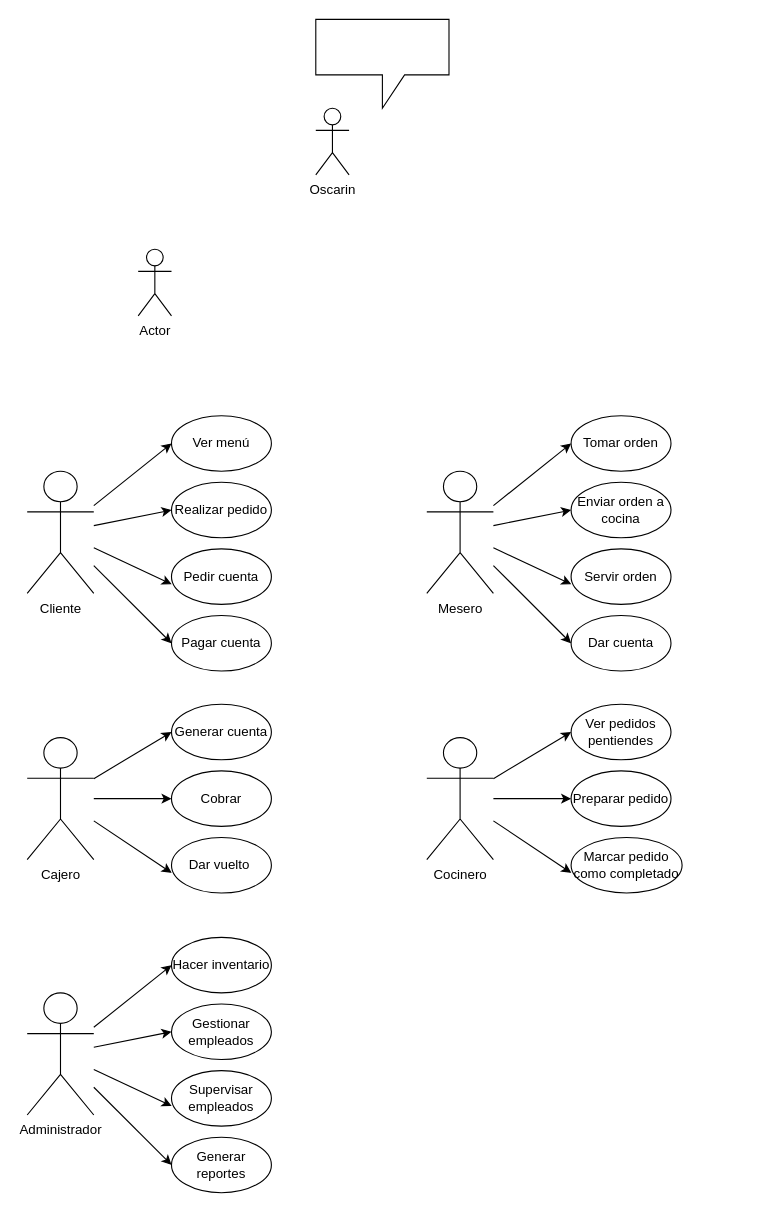
Earlier version of the draw.io diagram page "UseCases" (2 of 2) of docs/modeloDominio.drawio (Void-CA/restaurant). Source tidied: cells renumbered, new cells numbered last; positions are measured from the earlier drawing's top-left corner, leaving out a move shared by most shapes. Both pictures are drawn from the tidied source at 111%, with x=0, y=0 at pixel (27, 19).
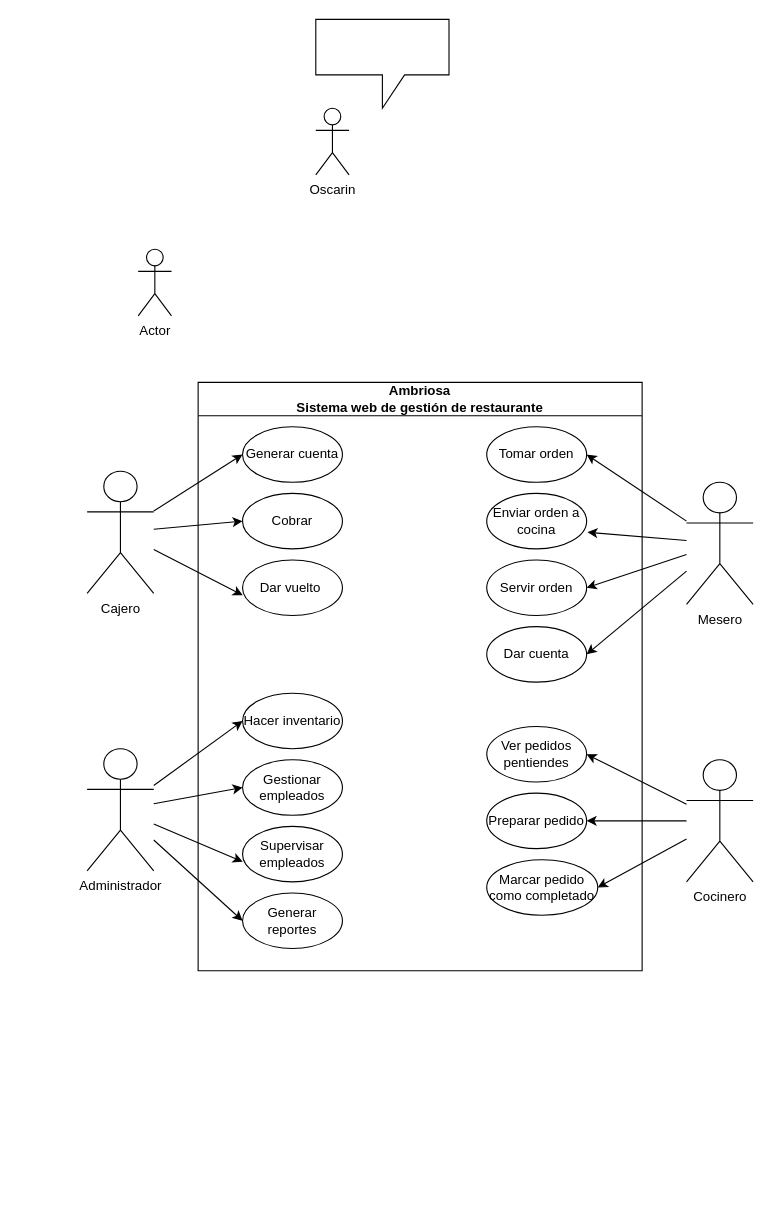
After the change.

Change to the diagram source:
```diff
@@
-    <mxCell id="5" value="Cliente" style="shape=umlActor;verticalLabelPosition=bottom;verticalAlign=top;html=1;outlineConnect=0;" parent="1" vertex="1">
-      <mxGeometry y="407" width="60" height="110" as="geometry" />
-    </mxCell>
-    <mxCell id="6" value="Ver menú" style="ellipse;whiteSpace=wrap;html=1;" parent="1" vertex="1">
-      <mxGeometry x="130" y="357" width="90" height="50" as="geometry" />
-    </mxCell>
-    <mxCell id="7" value="Realizar pedido" style="ellipse;whiteSpace=wrap;html=1;" parent="1" vertex="1">
-      <mxGeometry x="130" y="417" width="90" height="50" as="geometry" />
-    </mxCell>
-    <mxCell id="8" value="Pedir cuenta" style="ellipse;whiteSpace=wrap;html=1;" parent="1" vertex="1">
-      <mxGeometry x="130" y="477" width="90" height="50" as="geometry" />
-    </mxCell>
-    <mxCell id="9" value="Pagar cuenta" style="ellipse;whiteSpace=wrap;html=1;" parent="1" vertex="1">
-      <mxGeometry x="130" y="537" width="90" height="50" as="geometry" />
-    </mxCell>
-    <mxCell id="10" style="endArrow=classic;html=1;rounded=0;entryX=0;entryY=0.5;entryDx=0;entryDy=0;" parent="1" edge="1" source="5" target="6">
-      <mxGeometry relative="1" as="geometry" />
-    </mxCell>
-    <mxCell id="11" style="endArrow=classic;html=1;rounded=0;entryX=0;entryY=0.5;entryDx=0;entryDy=0;" parent="1" edge="1" source="5" target="7">
-      <mxGeometry relative="1" as="geometry" />
-    </mxCell>
-    <mxCell id="12" style="endArrow=classic;html=1;rounded=0;entryX=0;entryY=0.5;entryDx=0;entryDy=0;" parent="1" edge="1" source="5" target="9">
-      <mxGeometry relative="1" as="geometry" />
-    </mxCell>
-    <mxCell id="13" style="endArrow=classic;html=1;rounded=0;entryX=0.002;entryY=0.637;entryDx=0;entryDy=0;entryPerimeter=0;" parent="1" edge="1" source="5" target="8">
-      <mxGeometry relative="1" as="geometry" />
-    </mxCell>
     <mxCell id="14" value="Mesero" style="shape=umlActor;verticalLabelPosition=bottom;verticalAlign=top;html=1;outlineConnect=0;" parent="1" vertex="1">
-      <mxGeometry x="360" y="407" width="60" height="110" as="geometry" />
+      <mxGeometry x="594" y="417" width="60" height="110" as="geometry" />
     </mxCell>
     <mxCell id="15" value="Tomar orden" style="ellipse;whiteSpace=wrap;html=1;" parent="1" vertex="1">
-      <mxGeometry x="490" y="357" width="90" height="50" as="geometry" />
+      <mxGeometry x="414" y="367" width="90" height="50" as="geometry" />
     </mxCell>
     <mxCell id="16" value="Enviar orden a cocina" style="ellipse;whiteSpace=wrap;html=1;" parent="1" vertex="1">
-      <mxGeometry x="490" y="417" width="90" height="50" as="geometry" />
+      <mxGeometry x="414" y="427" width="90" height="50" as="geometry" />
     </mxCell>
     <mxCell id="17" value="Servir orden" style="ellipse;whiteSpace=wrap;html=1;" parent="1" vertex="1">
-      <mxGeometry x="490" y="477" width="90" height="50" as="geometry" />
+      <mxGeometry x="414" y="487" width="90" height="50" as="geometry" />
     </mxCell>
     <mxCell id="18" value="Dar cuenta" style="ellipse;whiteSpace=wrap;html=1;" parent="1" vertex="1">
-      <mxGeometry x="490" y="537" width="90" height="50" as="geometry" />
+      <mxGeometry x="414" y="547" width="90" height="50" as="geometry" />
     </mxCell>
-    <mxCell id="19" style="endArrow=classic;html=1;rounded=0;entryX=0;entryY=0.5;entryDx=0;entryDy=0;" parent="1" edge="1" source="14" target="15">
+    <mxCell id="19" style="endArrow=classic;html=1;rounded=0;entryX=1;entryY=0.5;entryDx=0;entryDy=0;" parent="1" edge="1" source="14" target="15">
       <mxGeometry relative="1" as="geometry" />
     </mxCell>
-    <mxCell id="20" style="endArrow=classic;html=1;rounded=0;entryX=0;entryY=0.5;entryDx=0;entryDy=0;" parent="1" edge="1" source="14" target="16">
+    <mxCell id="20" style="endArrow=classic;html=1;rounded=0;entryX=1.009;entryY=0.7;entryDx=0;entryDy=0;entryPerimeter=0;" parent="1" edge="1" source="14" target="16">
       <mxGeometry relative="1" as="geometry" />
     </mxCell>
-    <mxCell id="21" style="endArrow=classic;html=1;rounded=0;entryX=0;entryY=0.5;entryDx=0;entryDy=0;" parent="1" edge="1" source="14" target="18">
+    <mxCell id="21" style="endArrow=classic;html=1;rounded=0;entryX=1;entryY=0.5;entryDx=0;entryDy=0;" parent="1" edge="1" source="14" target="18">
       <mxGeometry relative="1" as="geometry" />
     </mxCell>
-    <mxCell id="22" style="endArrow=classic;html=1;rounded=0;entryX=0.002;entryY=0.637;entryDx=0;entryDy=0;entryPerimeter=0;" parent="1" edge="1" source="14" target="17">
+    <mxCell id="22" style="endArrow=classic;html=1;rounded=0;entryX=1;entryY=0.5;entryDx=0;entryDy=0;" parent="1" edge="1" source="14" target="17">
       <mxGeometry relative="1" as="geometry" />
     </mxCell>
     <mxCell id="23" value="Cajero" style="shape=umlActor;verticalLabelPosition=bottom;verticalAlign=top;html=1;outlineConnect=0;" parent="1" vertex="1">
-      <mxGeometry y="647" width="60" height="110" as="geometry" />
+      <mxGeometry x="54" y="407" width="60" height="110" as="geometry" />
     </mxCell>
-    <mxCell id="24" value="Generar cuenta" style="ellipse;whiteSpace=wrap;html=1;" parent="1" vertex="1">
-      <mxGeometry x="130" y="617" width="90" height="50" as="geometry" />
-    </mxCell>
-    <mxCell id="25" value="Cobrar" style="ellipse;whiteSpace=wrap;html=1;" parent="1" vertex="1">
-      <mxGeometry x="130" y="677" width="90" height="50" as="geometry" />
-    </mxCell>
-    <mxCell id="26" value="Dar vuelto&amp;nbsp;" style="ellipse;whiteSpace=wrap;html=1;" parent="1" vertex="1">
-      <mxGeometry x="130" y="737" width="90" height="50" as="geometry" />
-    </mxCell>
@@
     <mxCell id="30" value="Cocinero" style="shape=umlActor;verticalLabelPosition=bottom;verticalAlign=top;html=1;outlineConnect=0;" parent="1" vertex="1">
-      <mxGeometry x="360" y="647" width="60" height="110" as="geometry" />
+      <mxGeometry x="594" y="667" width="60" height="110" as="geometry" />
     </mxCell>
     <mxCell id="31" value="Ver pedidos pentiendes" style="ellipse;whiteSpace=wrap;html=1;" parent="1" vertex="1">
-      <mxGeometry x="490" y="617" width="90" height="50" as="geometry" />
+      <mxGeometry x="414" y="637" width="90" height="50" as="geometry" />
     </mxCell>
     <mxCell id="32" value="Preparar pedido" style="ellipse;whiteSpace=wrap;html=1;" parent="1" vertex="1">
-      <mxGeometry x="490" y="677" width="90" height="50" as="geometry" />
+      <mxGeometry x="414" y="697" width="90" height="50" as="geometry" />
     </mxCell>
     <mxCell id="33" value="Marcar pedido como completado" style="ellipse;whiteSpace=wrap;html=1;" parent="1" vertex="1">
-      <mxGeometry x="490" y="737" width="100" height="50" as="geometry" />
+      <mxGeometry x="414" y="757" width="100" height="50" as="geometry" />
     </mxCell>
-    <mxCell id="34" style="endArrow=classic;html=1;rounded=0;entryX=0;entryY=0.5;entryDx=0;entryDy=0;" parent="1" edge="1" source="30" target="31">
+    <mxCell id="34" style="endArrow=classic;html=1;rounded=0;entryX=1;entryY=0.5;entryDx=0;entryDy=0;" parent="1" edge="1" source="30" target="31">
       <mxGeometry relative="1" as="geometry" />
     </mxCell>
-    <mxCell id="35" style="endArrow=classic;html=1;rounded=0;entryX=0;entryY=0.5;entryDx=0;entryDy=0;" parent="1" edge="1" source="30" target="32">
+    <mxCell id="35" style="endArrow=classic;html=1;rounded=0;entryX=1;entryY=0.5;entryDx=0;entryDy=0;" parent="1" edge="1" source="30" target="32">
       <mxGeometry relative="1" as="geometry" />
     </mxCell>
-    <mxCell id="36" style="endArrow=classic;html=1;rounded=0;entryX=0.002;entryY=0.637;entryDx=0;entryDy=0;entryPerimeter=0;" parent="1" edge="1" source="30" target="33">
+    <mxCell id="36" style="endArrow=classic;html=1;rounded=0;entryX=1;entryY=0.5;entryDx=0;entryDy=0;" parent="1" edge="1" source="30" target="33">
       <mxGeometry relative="1" as="geometry" />
     </mxCell>
+    <mxCell id="46" value="Ambriosa&lt;br&gt;Sistema web de gestión de restaurante" style="swimlane;whiteSpace=wrap;html=1;startSize=30;" parent="1" vertex="1">
+      <mxGeometry x="154" y="327" width="400" height="530" as="geometry" />
+    </mxCell>
-    <mxCell id="37" value="Administrador" style="shape=umlActor;verticalLabelPosition=bottom;verticalAlign=top;html=1;outlineConnect=0;" parent="1" vertex="1">
-      <mxGeometry y="877" width="60" height="110" as="geometry" />
+    <mxCell id="37" value="Administrador" style="shape=umlActor;verticalLabelPosition=bottom;verticalAlign=top;html=1;outlineConnect=0;" parent="46" vertex="1">
+      <mxGeometry x="-100" y="330" width="60" height="110" as="geometry" />
     </mxCell>
-    <mxCell id="38" value="Hacer inventario" style="ellipse;whiteSpace=wrap;html=1;" parent="1" vertex="1">
-      <mxGeometry x="130" y="827" width="90" height="50" as="geometry" />
+    <mxCell id="38" value="Hacer inventario" style="ellipse;whiteSpace=wrap;html=1;" parent="46" vertex="1">
+      <mxGeometry x="40" y="280" width="90" height="50" as="geometry" />
     </mxCell>
-    <mxCell id="39" value="Gestionar empleados" style="ellipse;whiteSpace=wrap;html=1;" parent="1" vertex="1">
-      <mxGeometry x="130" y="887" width="90" height="50" as="geometry" />
+    <mxCell id="39" value="Gestionar empleados" style="ellipse;whiteSpace=wrap;html=1;" parent="46" vertex="1">
+      <mxGeometry x="40" y="340" width="90" height="50" as="geometry" />
     </mxCell>
-    <mxCell id="40" value="Supervisar empleados" style="ellipse;whiteSpace=wrap;html=1;" parent="1" vertex="1">
-      <mxGeometry x="130" y="947" width="90" height="50" as="geometry" />
+    <mxCell id="40" value="Supervisar empleados" style="ellipse;whiteSpace=wrap;html=1;" parent="46" vertex="1">
+      <mxGeometry x="40" y="400" width="90" height="50" as="geometry" />
     </mxCell>
-    <mxCell id="41" value="Generar reportes" style="ellipse;whiteSpace=wrap;html=1;" parent="1" vertex="1">
-      <mxGeometry x="130" y="1007" width="90" height="50" as="geometry" />
+    <mxCell id="41" value="Generar reportes" style="ellipse;whiteSpace=wrap;html=1;" parent="46" vertex="1">
+      <mxGeometry x="40" y="460" width="90" height="50" as="geometry" />
     </mxCell>
-    <mxCell id="42" style="endArrow=classic;html=1;rounded=0;entryX=0;entryY=0.5;entryDx=0;entryDy=0;" parent="1" edge="1" source="37" target="38">
+    <mxCell id="42" style="endArrow=classic;html=1;rounded=0;entryX=0;entryY=0.5;entryDx=0;entryDy=0;" parent="46" edge="1" source="37" target="38">
       <mxGeometry relative="1" as="geometry" />
     </mxCell>
-    <mxCell id="43" style="endArrow=classic;html=1;rounded=0;entryX=0;entryY=0.5;entryDx=0;entryDy=0;" parent="1" edge="1" source="37" target="39">
+    <mxCell id="43" style="endArrow=classic;html=1;rounded=0;entryX=0;entryY=0.5;entryDx=0;entryDy=0;" parent="46" edge="1" source="37" target="39">
       <mxGeometry relative="1" as="geometry" />
     </mxCell>
-    <mxCell id="44" style="endArrow=classic;html=1;rounded=0;entryX=0;entryY=0.5;entryDx=0;entryDy=0;" parent="1" edge="1" source="37" target="41">
+    <mxCell id="44" style="endArrow=classic;html=1;rounded=0;entryX=0;entryY=0.5;entryDx=0;entryDy=0;" parent="46" edge="1" source="37" target="41">
       <mxGeometry relative="1" as="geometry" />
     </mxCell>
-    <mxCell id="45" style="endArrow=classic;html=1;rounded=0;entryX=0.002;entryY=0.637;entryDx=0;entryDy=0;entryPerimeter=0;" parent="1" edge="1" source="37" target="40">
+    <mxCell id="45" style="endArrow=classic;html=1;rounded=0;entryX=0.002;entryY=0.637;entryDx=0;entryDy=0;entryPerimeter=0;" parent="46" edge="1" source="37" target="40">
       <mxGeometry relative="1" as="geometry" />
     </mxCell>
+    <mxCell id="24" value="Generar cuenta" style="ellipse;whiteSpace=wrap;html=1;" parent="46" vertex="1">
+      <mxGeometry x="40" y="40" width="90" height="50" as="geometry" />
+    </mxCell>
+    <mxCell id="25" value="Cobrar" style="ellipse;whiteSpace=wrap;html=1;" parent="46" vertex="1">
+      <mxGeometry x="40" y="100" width="90" height="50" as="geometry" />
+    </mxCell>
+    <mxCell id="26" value="Dar vuelto&amp;nbsp;" style="ellipse;whiteSpace=wrap;html=1;" parent="46" vertex="1">
+      <mxGeometry x="40" y="160" width="90" height="50" as="geometry" />
+    </mxCell>
```
